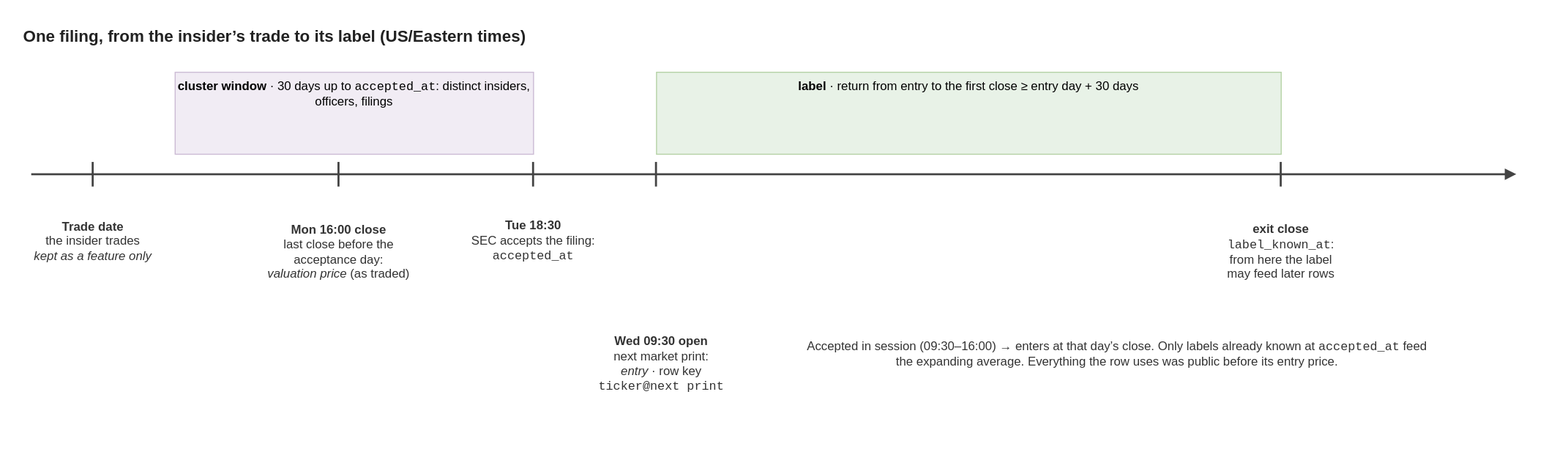
Earlier version of the draw.io export docs/diagrams/filing-timeline.drawio.svg (josemita87/SecForm4Strategy). Source tidied: cells renumbered, new cells last; positions are measured from the earlier drawing's top-left corner, leaving out a move shared by most shapes.
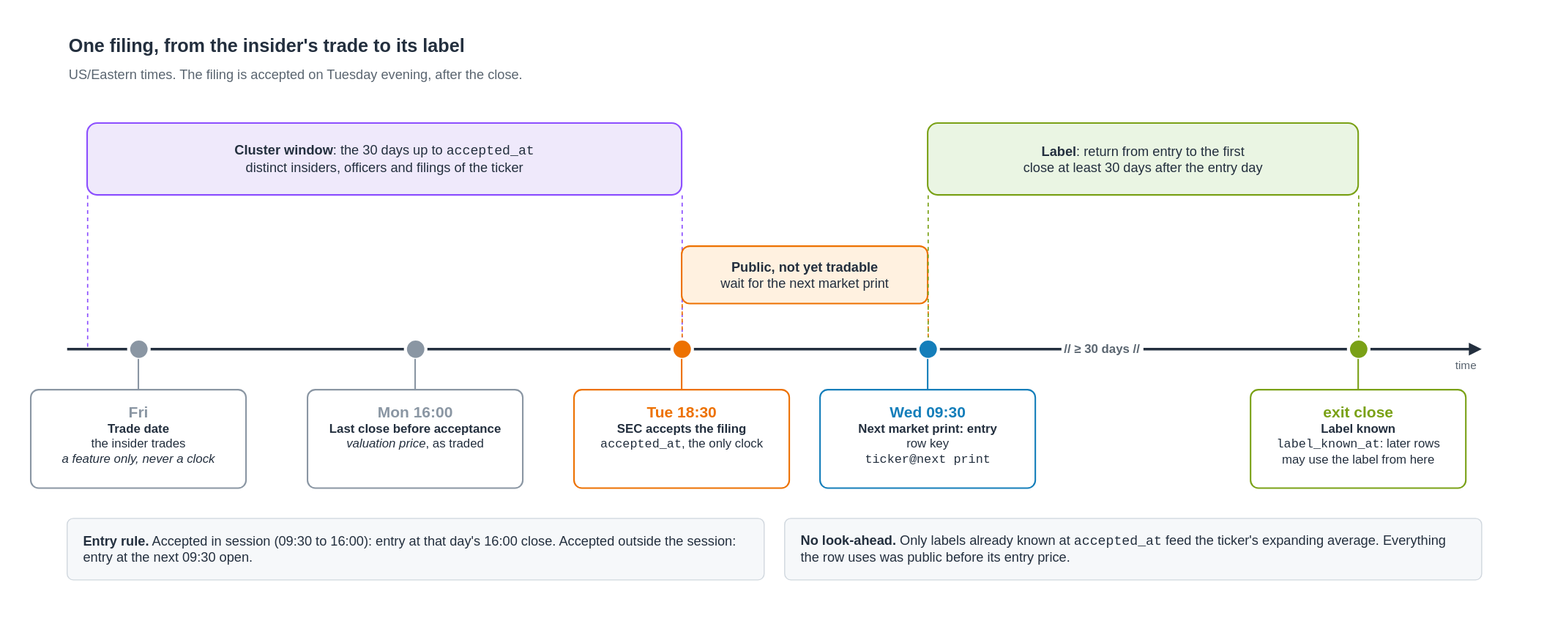
After the change.

What changed in the source:
```diff
@@ -2,68 +2,140 @@
   <root>
     <mxCell id="0" />
     <mxCell id="1" parent="0" />
-    <mxCell id="2" value="One filing, from the insider’s trade to its label (US/Eastern times)" style="text;html=1;align=left;verticalAlign=middle;fontSize=16;fontStyle=1;fontColor=#222222;" parent="1" vertex="1">
-      <mxGeometry width="900" height="30" as="geometry" />
-    </mxCell>
-    <mxCell id="3" style="endArrow=block;endFill=1;html=1;strokeWidth=2;strokeColor=#444444;" parent="1" edge="1">
-      <mxGeometry relative="1" as="geometry">
-        <mxPoint x="10" y="150" as="sourcePoint" />
-        <mxPoint x="1460" y="150" as="targetPoint" />
-      </mxGeometry>
-    </mxCell>
-    <mxCell id="4" style="endArrow=none;html=1;strokeWidth=2;strokeColor=#444444;" parent="1" edge="1">
-      <mxGeometry relative="1" as="geometry">
-        <mxPoint x="70" y="138" as="sourcePoint" />
-        <mxPoint x="70" y="162" as="targetPoint" />
-      </mxGeometry>
-    </mxCell>
+    <mxCell id="17" value="One filing, from the insider's trade to its label" style="text;html=1;whiteSpace=wrap;align=left;verticalAlign=middle;fontSize=18;fontColor=#232F3E;fontStyle=1;" parent="1" vertex="1">
+      <mxGeometry x="20" y="-50" width="900" height="30" as="geometry" />
+    </mxCell>
+    <mxCell id="18" value="US/Eastern times. The filing is accepted on Tuesday evening, after the close." style="text;html=1;whiteSpace=wrap;align=left;verticalAlign=middle;fontSize=13;fontColor=#5a6570;fontStyle=0;" parent="1" vertex="1">
+      <mxGeometry x="20" y="-20" width="900" height="24" as="geometry" />
+    </mxCell>
-    <mxCell id="5" style="endArrow=none;html=1;strokeWidth=2;strokeColor=#444444;" parent="1" edge="1">
+    <mxCell id="5" style="html=1;endArrow=none;strokeColor=#232F3E;strokeWidth=2.5;" parent="1" edge="1">
       <mxGeometry relative="1" as="geometry">
-        <mxPoint x="310" y="138" as="sourcePoint" />
-        <mxPoint x="310" y="162" as="targetPoint" />
+        <mxPoint x="20" y="260" as="sourcePoint" />
+        <mxPoint x="990" y="260" as="targetPoint" />
       </mxGeometry>
     </mxCell>
-    <mxCell id="6" style="endArrow=none;html=1;strokeWidth=2;strokeColor=#444444;" parent="1" edge="1">
+    <mxCell id="6" style="html=1;endArrow=block;endFill=1;strokeColor=#232F3E;strokeWidth=2.5;" parent="1" edge="1">
       <mxGeometry relative="1" as="geometry">
-        <mxPoint x="500" y="138" as="sourcePoint" />
-        <mxPoint x="500" y="162" as="targetPoint" />
+        <mxPoint x="1070" y="260" as="sourcePoint" />
+        <mxPoint x="1400" y="260" as="targetPoint" />
       </mxGeometry>
     </mxCell>
-    <mxCell id="7" style="endArrow=none;html=1;strokeWidth=2;strokeColor=#444444;" parent="1" edge="1">
-      <mxGeometry relative="1" as="geometry">
-        <mxPoint x="620" y="138" as="sourcePoint" />
-        <mxPoint x="620" y="162" as="targetPoint" />
-      </mxGeometry>
-    </mxCell>
-    <mxCell id="8" style="endArrow=none;html=1;strokeWidth=2;strokeColor=#444444;" parent="1" edge="1">
-      <mxGeometry relative="1" as="geometry">
-        <mxPoint x="1230" y="138" as="sourcePoint" />
-        <mxPoint x="1230" y="162" as="targetPoint" />
-      </mxGeometry>
-    </mxCell>
+    <mxCell id="19" value="// ≥ 30 days //" style="text;html=1;whiteSpace=wrap;align=center;verticalAlign=middle;fontSize=12;fontColor=#5a6570;fontStyle=1;" parent="1" vertex="1">
+      <mxGeometry x="980" y="246" width="100" height="28" as="geometry" />
+    </mxCell>
+    <mxCell id="20" value="time" style="text;html=1;whiteSpace=wrap;align=center;verticalAlign=middle;fontSize=11;fontColor=#5a6570;fontStyle=0;" parent="1" vertex="1">
+      <mxGeometry x="1360" y="264" width="50" height="24" as="geometry" />
+    </mxCell>
-    <mxCell id="9" value="&lt;b&gt;cluster window&lt;/b&gt; · 30 days up to &lt;code&gt;accepted_at&lt;/code&gt;: distinct insiders, officers, filings" style="rounded=0;whiteSpace=wrap;html=1;fillColor=#e1d5e7;strokeColor=#9673a6;opacity=45;fontSize=12;verticalAlign=top;" parent="1" vertex="1">
-      <mxGeometry x="150" y="50" width="350" height="80" as="geometry" />
+    <mxCell id="9" value="&lt;b&gt;Cluster window&lt;/b&gt;: the 30 days up to &lt;font face='Courier New'&gt;accepted_at&lt;/font&gt;&lt;br&gt;distinct insiders, officers and filings of the ticker" style="rounded=1;arcSize=14;whiteSpace=wrap;html=1;fillColor=#EFE9FB;strokeColor=#8C4FFF;strokeWidth=1.5;fontSize=13;fontColor=#232F3E;spacing=6;" parent="1" vertex="1">
+      <mxGeometry x="40" y="40" width="580" height="70" as="geometry" />
     </mxCell>
-    <mxCell id="10" value="&lt;b&gt;label&lt;/b&gt; · return from entry to the first close ≥ entry day + 30 days" style="rounded=0;whiteSpace=wrap;html=1;fillColor=#d5e8d4;strokeColor=#82b366;opacity=55;fontSize=12;verticalAlign=top;" parent="1" vertex="1">
-      <mxGeometry x="620" y="50" width="610" height="80" as="geometry" />
-    </mxCell>
-    <mxCell id="11" value="&lt;b&gt;Trade date&lt;/b&gt;&lt;br&gt;the insider trades&lt;br&gt;&lt;i&gt;kept as a feature only&lt;/i&gt;" style="text;html=1;align=center;verticalAlign=middle;whiteSpace=wrap;fontSize=12;fontColor=#333333;" parent="1" vertex="1">
-      <mxGeometry y="180" width="140" height="70" as="geometry" />
-    </mxCell>
+    <mxCell id="21" style="html=1;endArrow=none;dashed=1;strokeColor=#8C4FFF;strokeWidth=1.2;" parent="1" edge="1">
+      <mxGeometry relative="1" as="geometry">
+        <mxPoint x="40" y="110" as="sourcePoint" />
+        <mxPoint x="40" y="260" as="targetPoint" />
+      </mxGeometry>
+    </mxCell>
+    <mxCell id="22" style="html=1;endArrow=none;dashed=1;strokeColor=#8C4FFF;strokeWidth=1.2;" parent="1" edge="1">
+      <mxGeometry relative="1" as="geometry">
+        <mxPoint x="620" y="110" as="sourcePoint" />
+        <mxPoint x="620" y="260" as="targetPoint" />
+      </mxGeometry>
+    </mxCell>
-    <mxCell id="12" value="&lt;b&gt;Mon 16:00 close&lt;/b&gt;&lt;br&gt;last close before the&lt;br&gt;acceptance day:&lt;br&gt;&lt;i&gt;valuation price&lt;/i&gt; (as traded)" style="text;html=1;align=center;verticalAlign=middle;whiteSpace=wrap;fontSize=12;fontColor=#333333;" parent="1" vertex="1">
-      <mxGeometry x="230" y="180" width="160" height="90" as="geometry" />
+    <mxCell id="12" value="&lt;b&gt;Public, not yet tradable&lt;/b&gt;&lt;br&gt;wait for the next market print" style="rounded=1;arcSize=14;whiteSpace=wrap;html=1;fillColor=#FFF1E0;strokeColor=#ED7100;strokeWidth=1.5;fontSize=13;fontColor=#232F3E;spacing=6;" parent="1" vertex="1">
+      <mxGeometry x="620" y="160" width="240" height="56" as="geometry" />
     </mxCell>
-    <mxCell id="13" value="&lt;b&gt;Tue 18:30&lt;/b&gt;&lt;br&gt;SEC accepts the filing:&lt;br&gt;&lt;code&gt;accepted_at&lt;/code&gt;" style="text;html=1;align=center;verticalAlign=middle;whiteSpace=wrap;fontSize=12;fontColor=#333333;" parent="1" vertex="1">
-      <mxGeometry x="420" y="180" width="160" height="70" as="geometry" />
-    </mxCell>
-    <mxCell id="14" value="&lt;b&gt;Wed 09:30 open&lt;/b&gt;&lt;br&gt;next market print:&lt;br&gt;&lt;i&gt;entry&lt;/i&gt; · row key&lt;br&gt;&lt;code&gt;ticker@next print&lt;/code&gt;" style="text;html=1;align=center;verticalAlign=middle;whiteSpace=wrap;fontSize=12;fontColor=#333333;" parent="1" vertex="1">
-      <mxGeometry x="540" y="290" width="170" height="90" as="geometry" />
-    </mxCell>
+    <mxCell id="23" style="html=1;endArrow=none;dashed=1;strokeColor=#ED7100;strokeWidth=1.2;" parent="1" edge="1">
+      <mxGeometry relative="1" as="geometry">
+        <mxPoint x="620" y="216" as="sourcePoint" />
+        <mxPoint x="620" y="260" as="targetPoint" />
+      </mxGeometry>
+    </mxCell>
+    <mxCell id="24" style="html=1;endArrow=none;dashed=1;strokeColor=#ED7100;strokeWidth=1.2;" parent="1" edge="1">
+      <mxGeometry relative="1" as="geometry">
+        <mxPoint x="860" y="216" as="sourcePoint" />
+        <mxPoint x="860" y="260" as="targetPoint" />
+      </mxGeometry>
+    </mxCell>
-    <mxCell id="15" value="&lt;b&gt;exit close&lt;/b&gt;&lt;br&gt;&lt;code&gt;label_known_at&lt;/code&gt;:&lt;br&gt;from here the label&lt;br&gt;may feed later rows" style="text;html=1;align=center;verticalAlign=middle;whiteSpace=wrap;fontSize=12;fontColor=#333333;" parent="1" vertex="1">
-      <mxGeometry x="1150" y="180" width="160" height="90" as="geometry" />
+    <mxCell id="15" value="&lt;b&gt;Label&lt;/b&gt;: return from entry to the first&lt;br&gt;close at least 30 days after the entry day" style="rounded=1;arcSize=14;whiteSpace=wrap;html=1;fillColor=#EAF5E3;strokeColor=#7AA116;strokeWidth=1.5;fontSize=13;fontColor=#232F3E;spacing=6;" parent="1" vertex="1">
+      <mxGeometry x="860" y="40" width="420" height="70" as="geometry" />
     </mxCell>
-    <mxCell id="16" value="Accepted in session (09:30–16:00) → enters at that day’s close. Only labels already known at &lt;code&gt;accepted_at&lt;/code&gt; feed the expanding average. Everything the row uses was public before its entry price." style="text;html=1;align=center;verticalAlign=middle;whiteSpace=wrap;fontSize=12;fontColor=#333333;" parent="1" vertex="1">
-      <mxGeometry x="760" y="290" width="620" height="70" as="geometry" />
-    </mxCell>
+    <mxCell id="25" style="html=1;endArrow=none;dashed=1;strokeColor=#7AA116;strokeWidth=1.2;" parent="1" edge="1">
+      <mxGeometry relative="1" as="geometry">
+        <mxPoint x="860" y="110" as="sourcePoint" />
+        <mxPoint x="860" y="260" as="targetPoint" />
+      </mxGeometry>
+    </mxCell>
+    <mxCell id="26" style="html=1;endArrow=none;dashed=1;strokeColor=#7AA116;strokeWidth=1.2;" parent="1" edge="1">
+      <mxGeometry relative="1" as="geometry">
+        <mxPoint x="1280" y="110" as="sourcePoint" />
+        <mxPoint x="1280" y="260" as="targetPoint" />
+      </mxGeometry>
+    </mxCell>
+    <mxCell id="27" style="ellipse;html=1;fillColor=#8a96a3;strokeColor=#ffffff;strokeWidth=3;" parent="1" vertex="1">
+      <mxGeometry x="80" y="250" width="20" height="20" as="geometry" />
+    </mxCell>
+    <mxCell id="28" style="html=1;endArrow=none;strokeColor=#8a96a3;strokeWidth=1.5;" parent="1" edge="1">
+      <mxGeometry relative="1" as="geometry">
+        <mxPoint x="90" y="270" as="sourcePoint" />
+        <mxPoint x="90" y="300" as="targetPoint" />
+      </mxGeometry>
+    </mxCell>
+    <mxCell id="29" value="&lt;font style='font-size:15px' color='#8a96a3'&gt;&lt;b&gt;Fri&lt;/b&gt;&lt;/font&gt;&lt;br&gt;&lt;b&gt;Trade date&lt;/b&gt;&lt;br&gt;the insider trades&lt;br&gt;&lt;i&gt;a feature only, never a clock&lt;/i&gt;" style="rounded=1;arcSize=8;whiteSpace=wrap;html=1;fillColor=#ffffff;strokeColor=#8a96a3;strokeWidth=1.5;fontSize=12;fontColor=#232F3E;verticalAlign=top;spacingTop=6;" parent="1" vertex="1">
+      <mxGeometry x="-15" y="300" width="210" height="96" as="geometry" />
+    </mxCell>
+    <mxCell id="30" style="ellipse;html=1;fillColor=#8a96a3;strokeColor=#ffffff;strokeWidth=3;" parent="1" vertex="1">
+      <mxGeometry x="350" y="250" width="20" height="20" as="geometry" />
+    </mxCell>
+    <mxCell id="31" style="html=1;endArrow=none;strokeColor=#8a96a3;strokeWidth=1.5;" parent="1" edge="1">
+      <mxGeometry relative="1" as="geometry">
+        <mxPoint x="360" y="270" as="sourcePoint" />
+        <mxPoint x="360" y="300" as="targetPoint" />
+      </mxGeometry>
+    </mxCell>
+    <mxCell id="32" value="&lt;font style='font-size:15px' color='#8a96a3'&gt;&lt;b&gt;Mon 16:00&lt;/b&gt;&lt;/font&gt;&lt;br&gt;&lt;b&gt;Last close before acceptance&lt;/b&gt;&lt;br&gt;&lt;i&gt;valuation price&lt;/i&gt;, as traded" style="rounded=1;arcSize=8;whiteSpace=wrap;html=1;fillColor=#ffffff;strokeColor=#8a96a3;strokeWidth=1.5;fontSize=12;fontColor=#232F3E;verticalAlign=top;spacingTop=6;" parent="1" vertex="1">
+      <mxGeometry x="255" y="300" width="210" height="96" as="geometry" />
+    </mxCell>
+    <mxCell id="33" style="ellipse;html=1;fillColor=#ED7100;strokeColor=#ffffff;strokeWidth=3;" parent="1" vertex="1">
+      <mxGeometry x="610" y="250" width="20" height="20" as="geometry" />
+    </mxCell>
+    <mxCell id="34" style="html=1;endArrow=none;strokeColor=#ED7100;strokeWidth=1.5;" parent="1" edge="1">
+      <mxGeometry relative="1" as="geometry">
+        <mxPoint x="620" y="270" as="sourcePoint" />
+        <mxPoint x="620" y="300" as="targetPoint" />
+      </mxGeometry>
+    </mxCell>
+    <mxCell id="35" value="&lt;font style='font-size:15px' color='#ED7100'&gt;&lt;b&gt;Tue 18:30&lt;/b&gt;&lt;/font&gt;&lt;br&gt;&lt;b&gt;SEC accepts the filing&lt;/b&gt;&lt;br&gt;&lt;font face='Courier New'&gt;accepted_at&lt;/font&gt;, the only clock" style="rounded=1;arcSize=8;whiteSpace=wrap;html=1;fillColor=#ffffff;strokeColor=#ED7100;strokeWidth=1.5;fontSize=12;fontColor=#232F3E;verticalAlign=top;spacingTop=6;" parent="1" vertex="1">
+      <mxGeometry x="515" y="300" width="210" height="96" as="geometry" />
+    </mxCell>
+    <mxCell id="36" style="ellipse;html=1;fillColor=#147EBA;strokeColor=#ffffff;strokeWidth=3;" parent="1" vertex="1">
+      <mxGeometry x="850" y="250" width="20" height="20" as="geometry" />
+    </mxCell>
+    <mxCell id="37" style="html=1;endArrow=none;strokeColor=#147EBA;strokeWidth=1.5;" parent="1" edge="1">
+      <mxGeometry relative="1" as="geometry">
+        <mxPoint x="860" y="270" as="sourcePoint" />
+        <mxPoint x="860" y="300" as="targetPoint" />
+      </mxGeometry>
+    </mxCell>
+    <mxCell id="38" value="&lt;font style='font-size:15px' color='#147EBA'&gt;&lt;b&gt;Wed 09:30&lt;/b&gt;&lt;/font&gt;&lt;br&gt;&lt;b&gt;Next market print: entry&lt;/b&gt;&lt;br&gt;row key&lt;br&gt;&lt;font face='Courier New'&gt;ticker@next print&lt;/font&gt;" style="rounded=1;arcSize=8;whiteSpace=wrap;html=1;fillColor=#ffffff;strokeColor=#147EBA;strokeWidth=1.5;fontSize=12;fontColor=#232F3E;verticalAlign=top;spacingTop=6;" parent="1" vertex="1">
+      <mxGeometry x="755" y="300" width="210" height="96" as="geometry" />
+    </mxCell>
+    <mxCell id="39" style="ellipse;html=1;fillColor=#7AA116;strokeColor=#ffffff;strokeWidth=3;" parent="1" vertex="1">
+      <mxGeometry x="1270" y="250" width="20" height="20" as="geometry" />
+    </mxCell>
+    <mxCell id="40" style="html=1;endArrow=none;strokeColor=#7AA116;strokeWidth=1.5;" parent="1" edge="1">
+      <mxGeometry relative="1" as="geometry">
+        <mxPoint x="1280" y="270" as="sourcePoint" />
+        <mxPoint x="1280" y="300" as="targetPoint" />
+      </mxGeometry>
+    </mxCell>
+    <mxCell id="41" value="&lt;font style='font-size:15px' color='#7AA116'&gt;&lt;b&gt;exit close&lt;/b&gt;&lt;/font&gt;&lt;br&gt;&lt;b&gt;Label known&lt;/b&gt;&lt;br&gt;&lt;font face='Courier New'&gt;label_known_at&lt;/font&gt;: later rows&lt;br&gt;may use the label from here" style="rounded=1;arcSize=8;whiteSpace=wrap;html=1;fillColor=#ffffff;strokeColor=#7AA116;strokeWidth=1.5;fontSize=12;fontColor=#232F3E;verticalAlign=top;spacingTop=6;" parent="1" vertex="1">
+      <mxGeometry x="1175" y="300" width="210" height="96" as="geometry" />
+    </mxCell>
+    <mxCell id="42" value="&lt;b&gt;Entry rule.&lt;/b&gt; Accepted in session (09:30 to 16:00): entry at that day's 16:00 close. Accepted outside the session: entry at the next 09:30 open." style="rounded=1;arcSize=10;whiteSpace=wrap;html=1;fillColor=#F6F8FA;strokeColor=#d0d7de;fontSize=13;fontColor=#232F3E;align=left;spacingLeft=14;spacingRight=14;" parent="1" vertex="1">
+      <mxGeometry x="20" y="425" width="680" height="60" as="geometry" />
+    </mxCell>
+    <mxCell id="43" value="&lt;b&gt;No look-ahead.&lt;/b&gt; Only labels already known at &lt;font face='Courier New'&gt;accepted_at&lt;/font&gt; feed the ticker's expanding average. Everything the row uses was public before its entry price." style="rounded=1;arcSize=10;whiteSpace=wrap;html=1;fillColor=#F6F8FA;strokeColor=#d0d7de;fontSize=13;fontColor=#232F3E;align=left;spacingLeft=14;spacingRight=14;" parent="1" vertex="1">
+      <mxGeometry x="720" y="425" width="680" height="60" as="geometry" />
+    </mxCell>
   </root>
 </mxGraphModel>
```
